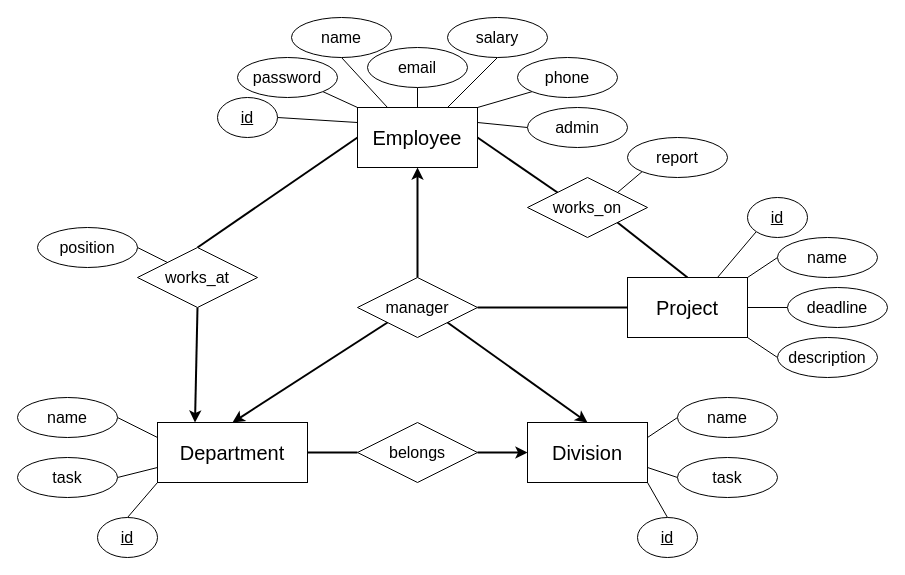
This is E-K.drawio from b-balog/Vallalat, a draw.io file, before an edit. Source tidied: cells renumbered, new cells numbered last; positions are measured from the earlier drawing's top-left corner, leaving out a move shared by most shapes. Both pictures are drawn from the tidied source at 100%, with x=0, y=0 at pixel (17, 17).
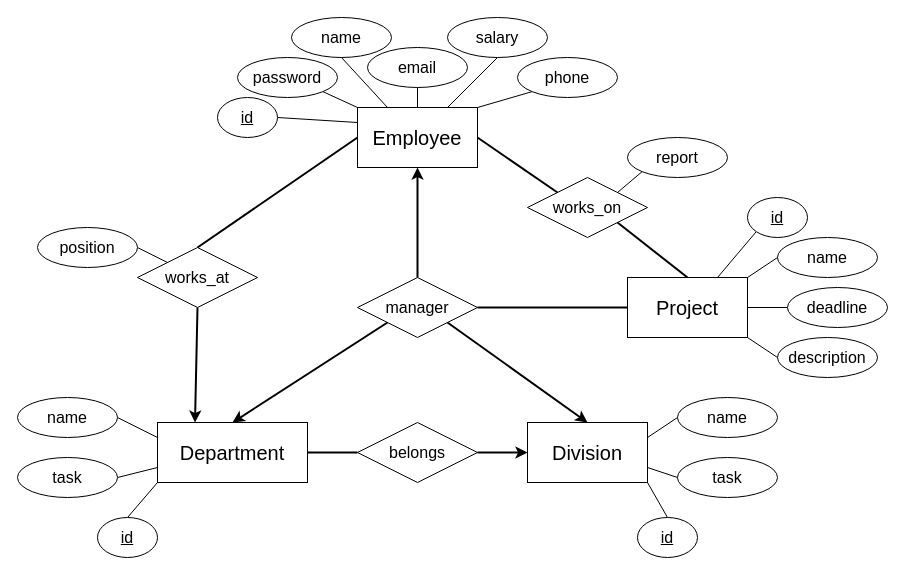
The same page after the edit.

Unchanged cells that the change refers to:
```xml
<mxCell id="5" value="&lt;font style=&quot;font-size: 20px;&quot;&gt;Employee&lt;/font&gt;" style="rounded=0;whiteSpace=wrap;html=1;" parent="1" vertex="1">
  <mxGeometry x="340" y="90" width="120" height="60" as="geometry" />
</mxCell>
```

The edit, as a diff of the source:
```diff
@@
-    <mxCell id="4" style="rounded=0;jettySize=auto;html=1;exitX=1;exitY=0.25;exitDx=0;exitDy=0;entryX=0;entryY=0.5;entryDx=0;entryDy=0;endArrow=none;endFill=0;" parent="1" edge="1" source="5" target="57">
-      <mxGeometry relative="1" as="geometry" />
-    </mxCell>
@@
-    <mxCell id="57" value="&lt;span style=&quot;font-size: 16px;&quot;&gt;admin&lt;/span&gt;" style="ellipse;whiteSpace=wrap;html=1;align=center;" parent="1" vertex="1">
-      <mxGeometry x="510" y="90" width="100" height="40" as="geometry" />
-    </mxCell>
```
